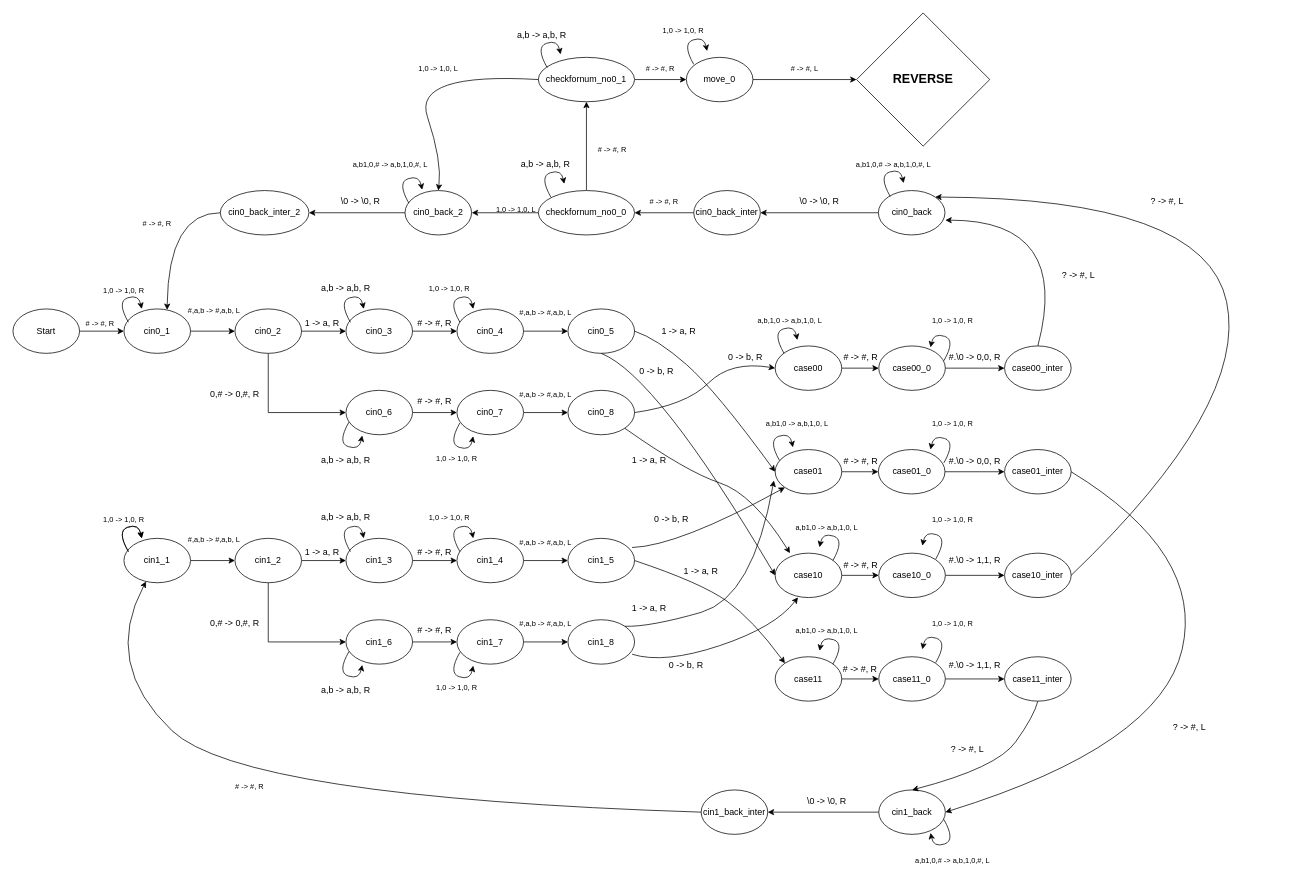
njacks1/TuringMachine_Adder keeps this draw.io diagram as Untitled Diagram.drawio. Above is the earlier version. Source tidied: cells renumbered, new cells numbered last; positions are measured from the earlier drawing's top-left corner, leaving out a move shared by most shapes. Both pictures are drawn from the tidied source at 74%, with x=0, y=0 at pixel (13, 13).
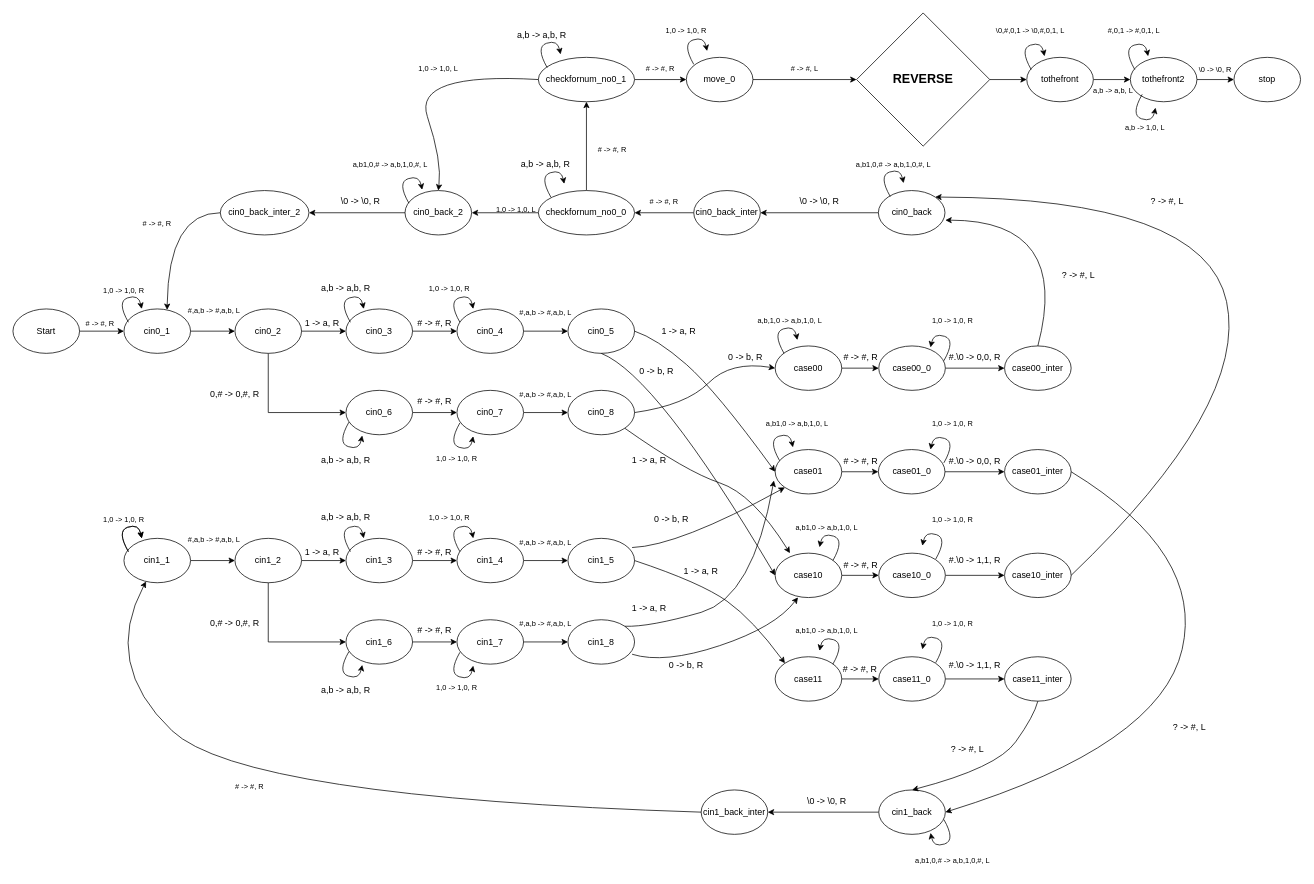
Above is the later version.

Unchanged cells that the change refers to:
```xml
<mxCell id="180" value="&lt;font style=&quot;font-size: 17px&quot;&gt;&lt;b&gt;REVERSE&lt;/b&gt;&lt;/font&gt;" style="rhombus;whiteSpace=wrap;html=1;fontSize=10;" parent="1" vertex="1">
  <mxGeometry x="1140" width="180" height="180" as="geometry" />
</mxCell>
```

Diff of the diagram source:
```diff
@@
-    <mxCell id="179" value="&lt;font style=&quot;font-size: 10px&quot;&gt;1,0 -&amp;gt; 1,0, R&lt;/font&gt;" style="text;html=1;strokeColor=none;fillColor=none;align=center;verticalAlign=middle;whiteSpace=wrap;rounded=0;" parent="1" vertex="1">
-      <mxGeometry x="876" y="8.5" width="60" height="30" as="geometry" />
+    <mxCell id="179" value="&lt;font style=&quot;font-size: 10px&quot;&gt;\0,#,0,1 -&amp;gt; \0,#,0,1, L&lt;br&gt;&lt;/font&gt;" style="text;html=1;strokeColor=none;fillColor=none;align=center;verticalAlign=middle;whiteSpace=wrap;rounded=0;" parent="1" vertex="1">
+      <mxGeometry x="1320" y="8.5" width="110" height="30" as="geometry" />
     </mxCell>
+    <mxCell id="182" style="edgeStyle=orthogonalEdgeStyle;rounded=0;jettySize=auto;html=1;entryX=0;entryY=0.5;entryDx=0;entryDy=0;fontSize=17;" parent="1" edge="1" source="180" target="184">
+      <mxGeometry relative="1" as="geometry" />
+    </mxCell>
@@
+    <mxCell id="183" style="edgeStyle=orthogonalEdgeStyle;rounded=0;jettySize=auto;html=1;entryX=0;entryY=0.5;entryDx=0;entryDy=0;fontSize=17;" parent="1" edge="1" source="184" target="186">
+      <mxGeometry relative="1" as="geometry" />
+    </mxCell>
+    <mxCell id="184" value="tothefront" style="ellipse;whiteSpace=wrap;html=1;" parent="1" vertex="1">
+      <mxGeometry x="1370" y="60" width="90" height="60" as="geometry" />
+    </mxCell>
+    <mxCell id="185" style="edgeStyle=orthogonalEdgeStyle;rounded=0;jettySize=auto;html=1;entryX=0;entryY=0.5;entryDx=0;entryDy=0;fontSize=17;" parent="1" edge="1" source="186" target="187">
+      <mxGeometry relative="1" as="geometry" />
+    </mxCell>
+    <mxCell id="186" value="tothefront2" style="ellipse;whiteSpace=wrap;html=1;" parent="1" vertex="1">
+      <mxGeometry x="1510" y="60" width="90" height="60" as="geometry" />
+    </mxCell>
+    <mxCell id="187" value="stop" style="ellipse;whiteSpace=wrap;html=1;" parent="1" vertex="1">
+      <mxGeometry x="1650" y="60" width="90" height="60" as="geometry" />
+    </mxCell>
+    <mxCell id="188" style="curved=1;endArrow=classic;html=1;rounded=0;exitX=0.067;exitY=0.3;exitDx=0;exitDy=0;exitPerimeter=0;entryX=0.267;entryY=0;entryDx=0;entryDy=0;entryPerimeter=0;" parent="1" edge="1">
+      <mxGeometry relative="1" as="geometry">
+        <mxPoint x="1376" y="76.5" as="sourcePoint" />
+        <mxPoint x="1394" y="58.5" as="targetPoint" />
+        <Array as="points">
+          <mxPoint x="1360" y="48.5" />
+          <mxPoint x="1390" y="38.5" />
+        </Array>
+      </mxGeometry>
+    </mxCell>
+    <mxCell id="189" style="curved=1;endArrow=classic;html=1;rounded=0;exitX=0.067;exitY=0.3;exitDx=0;exitDy=0;exitPerimeter=0;entryX=0.267;entryY=0;entryDx=0;entryDy=0;entryPerimeter=0;" parent="1" edge="1">
+      <mxGeometry relative="1" as="geometry">
+        <mxPoint x="1516" y="76.5" as="sourcePoint" />
+        <mxPoint x="1534" y="58.5" as="targetPoint" />
+        <Array as="points">
+          <mxPoint x="1500" y="48.5" />
+          <mxPoint x="1530" y="38.5" />
+        </Array>
+      </mxGeometry>
+    </mxCell>
+    <mxCell id="190" value="&lt;font style=&quot;font-size: 10px&quot;&gt;1,0 -&amp;gt; 1,0, R&lt;/font&gt;" style="text;html=1;strokeColor=none;fillColor=none;align=center;verticalAlign=middle;whiteSpace=wrap;rounded=0;" parent="1" vertex="1">
+      <mxGeometry x="880" y="8.5" width="60" height="30" as="geometry" />
+    </mxCell>
+    <mxCell id="191" value="&lt;font style=&quot;font-size: 10px&quot;&gt;#,0,1 -&amp;gt; #,0,1, L&lt;br&gt;&lt;/font&gt;" style="text;html=1;strokeColor=none;fillColor=none;align=center;verticalAlign=middle;whiteSpace=wrap;rounded=0;" parent="1" vertex="1">
+      <mxGeometry x="1460" y="8.5" width="110" height="30" as="geometry" />
+    </mxCell>
+    <mxCell id="192" value="a,b -&amp;gt; a,b, L" style="text;html=1;strokeColor=none;fillColor=none;align=center;verticalAlign=middle;whiteSpace=wrap;rounded=0;fontSize=10;" parent="1" vertex="1">
+      <mxGeometry x="1457" y="90" width="60" height="30" as="geometry" />
+    </mxCell>
+    <mxCell id="193" style="curved=1;endArrow=classic;html=1;rounded=0;exitX=0.067;exitY=0.3;exitDx=0;exitDy=0;exitPerimeter=0;entryX=0.267;entryY=0;entryDx=0;entryDy=0;entryPerimeter=0;" parent="1" edge="1">
+      <mxGeometry relative="1" as="geometry">
+        <mxPoint x="1526" y="110" as="sourcePoint" />
+        <mxPoint x="1544" y="128" as="targetPoint" />
+        <Array as="points">
+          <mxPoint x="1510" y="138" />
+          <mxPoint x="1540" y="148" />
+        </Array>
+      </mxGeometry>
+    </mxCell>
+    <mxCell id="194" value="&lt;font style=&quot;font-size: 10px&quot;&gt;a,b -&amp;gt; 1,0, L&lt;br&gt;&lt;/font&gt;" style="text;html=1;strokeColor=none;fillColor=none;align=center;verticalAlign=middle;whiteSpace=wrap;rounded=0;" parent="1" vertex="1">
+      <mxGeometry x="1500" y="140" width="60" height="30" as="geometry" />
+    </mxCell>
+    <mxCell id="195" value="\0 -&amp;gt; \0, R" style="text;html=1;strokeColor=none;fillColor=none;align=center;verticalAlign=middle;whiteSpace=wrap;rounded=0;fontSize=10;" parent="1" vertex="1">
+      <mxGeometry x="1595" y="61" width="60" height="30" as="geometry" />
+    </mxCell>
```
